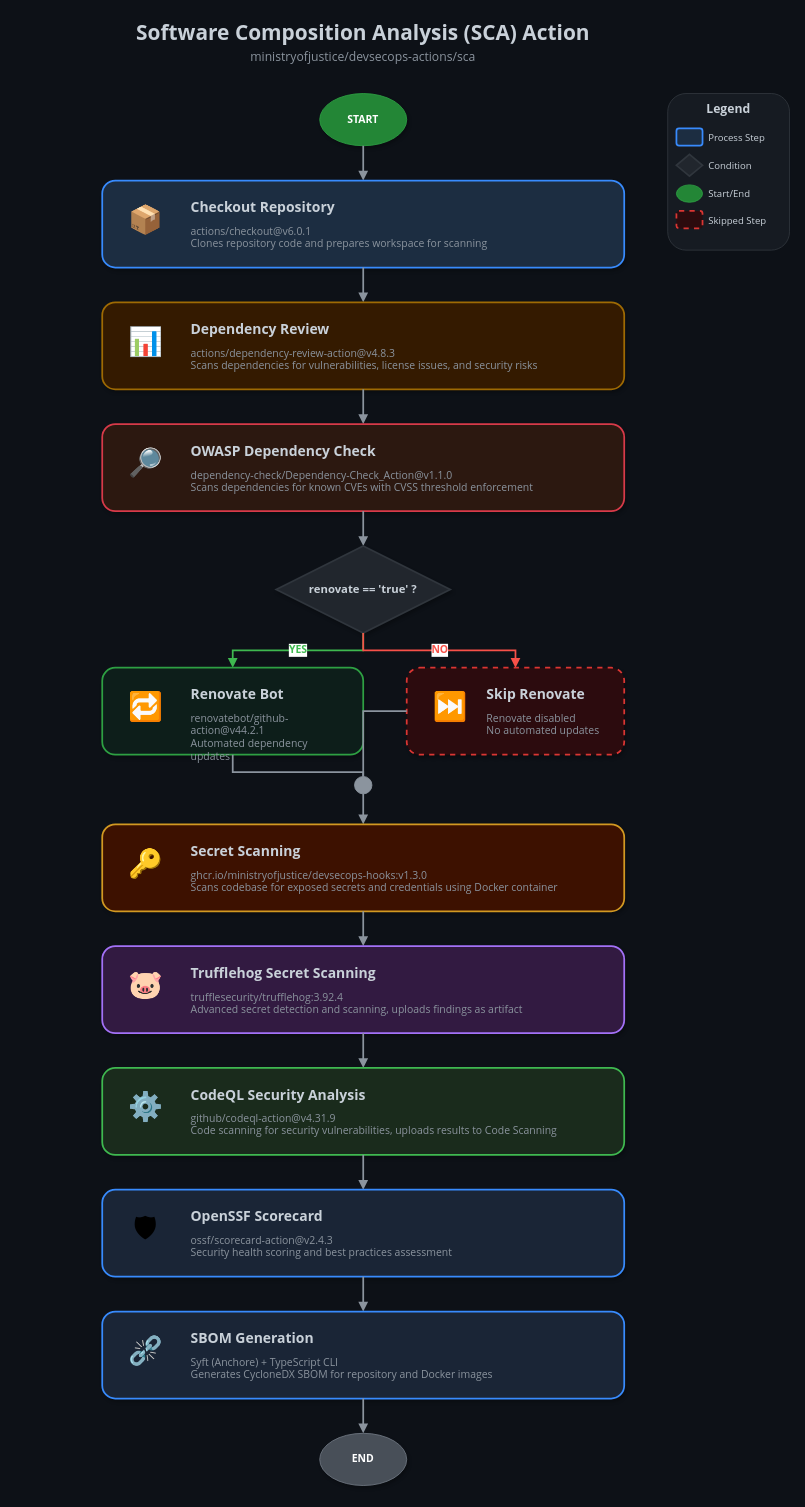
The draw.io diagram docs/sca.drawio in rossguilbert-gov/devsecops-actions, before the edit. Source tidied: cells renumbered, new cells numbered last; positions are measured from the earlier drawing's top-left corner, leaving out a move shared by most shapes. Both pictures are drawn from the tidied source at 87%, with x=0, y=0 at pixel (15, 15).
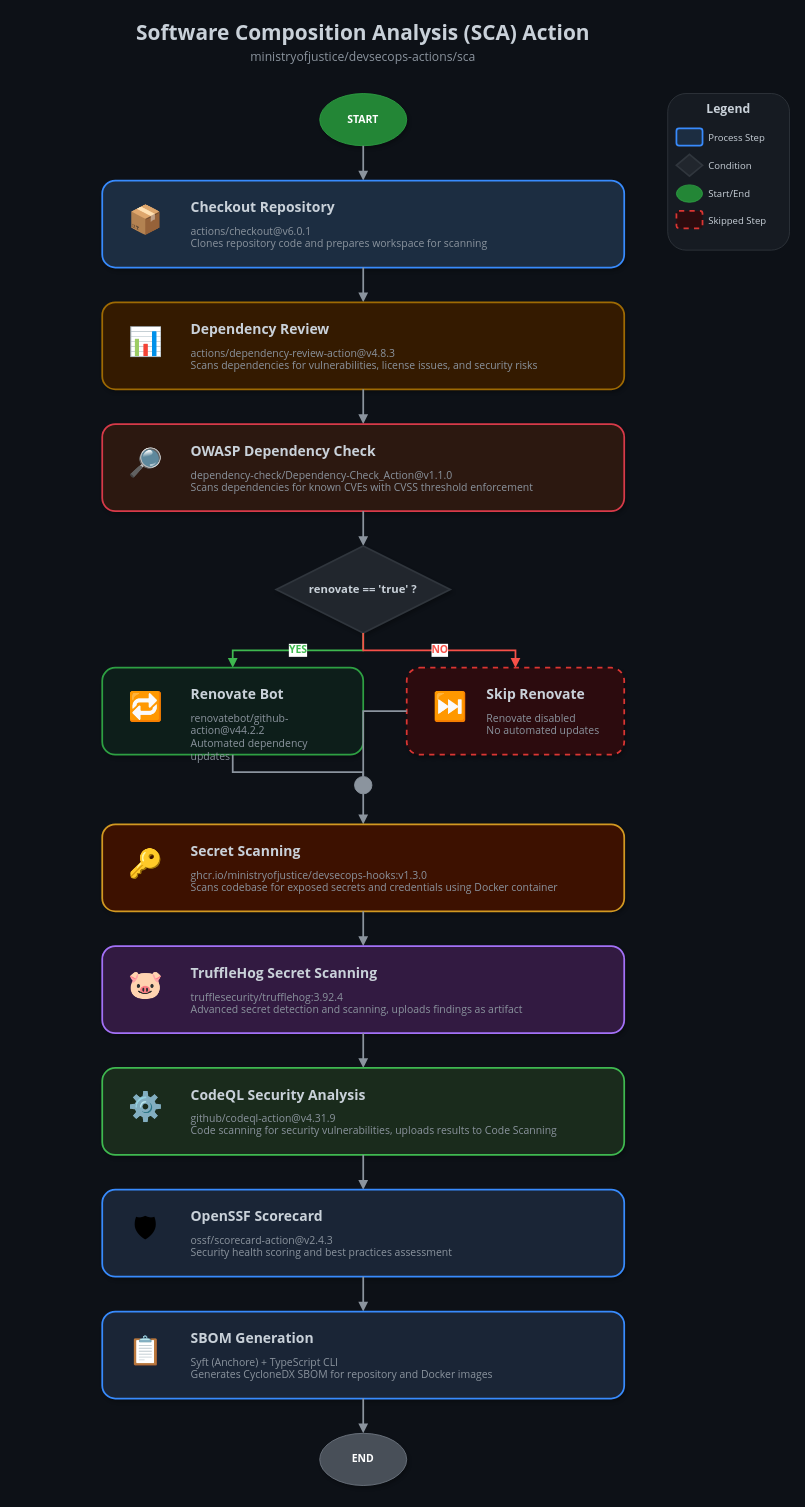
Above is the later version.

What changed in the source:
```diff
@@
-    <mxCell id="26" value="renovatebot/github-action@v44.2.1&lt;br&gt;Automated dependency updates" style="text;html=1;strokeColor=none;fillColor=none;align=left;verticalAlign=top;whiteSpace=wrap;rounded=0;fontSize=12;fontColor=#8b949e;fontFamily=Segoe UI;" parent="1" vertex="1">
+    <mxCell id="26" value="renovatebot/github-action@v44.2.2&lt;br&gt;Automated dependency updates" style="text;html=1;strokeColor=none;fillColor=none;align=left;verticalAlign=top;whiteSpace=wrap;rounded=0;fontSize=12;fontColor=#8b949e;fontFamily=Segoe UI;" parent="1" vertex="1">
       <mxGeometry x="200" y="795" width="180" height="45" as="geometry" />
     </mxCell>
@@
-    <mxCell id="43" value="Trufflehog Secret Scanning" style="text;html=1;strokeColor=none;fillColor=none;align=left;verticalAlign=top;whiteSpace=wrap;rounded=0;fontSize=16;fontStyle=1;fontColor=#c9d1d9;fontFamily=Segoe UI;" parent="1" vertex="1">
+    <mxCell id="43" value="TruffleHog Secret Scanning" style="text;html=1;strokeColor=none;fillColor=none;align=left;verticalAlign=top;whiteSpace=wrap;rounded=0;fontSize=16;fontStyle=1;fontColor=#c9d1d9;fontFamily=Segoe UI;" parent="1" vertex="1">
       <mxGeometry x="200" y="1085" width="480" height="25" as="geometry" />
     </mxCell>
@@
-    <mxCell id="57" value="⛓️‍💥" style="text;html=1;strokeColor=none;fillColor=none;align=center;verticalAlign=middle;whiteSpace=wrap;rounded=0;fontSize=32;" parent="1" vertex="1">
+    <mxCell id="57" value="📋" style="text;html=1;strokeColor=none;fillColor=none;align=center;verticalAlign=middle;whiteSpace=wrap;rounded=0;fontSize=32;" parent="1" vertex="1">
       <mxGeometry x="120" y="1505" width="60" height="60" as="geometry" />
     </mxCell>
```
